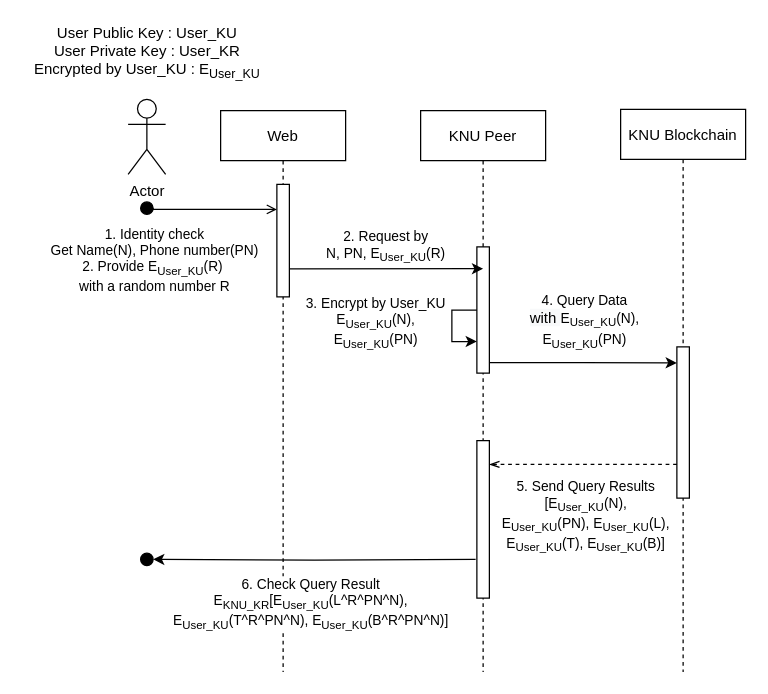
The draw.io diagram page "query" (3 of 4) of SequenceDiagram.drawio in GunhyungKim/TrackingSystem, before the edit. Source tidied: cells renumbered, new cells numbered last; positions are measured from the earlier drawing's top-left corner, leaving out a move shared by most shapes. Both pictures are drawn from the tidied source at 125%, with x=0, y=0 at pixel (21, 21).
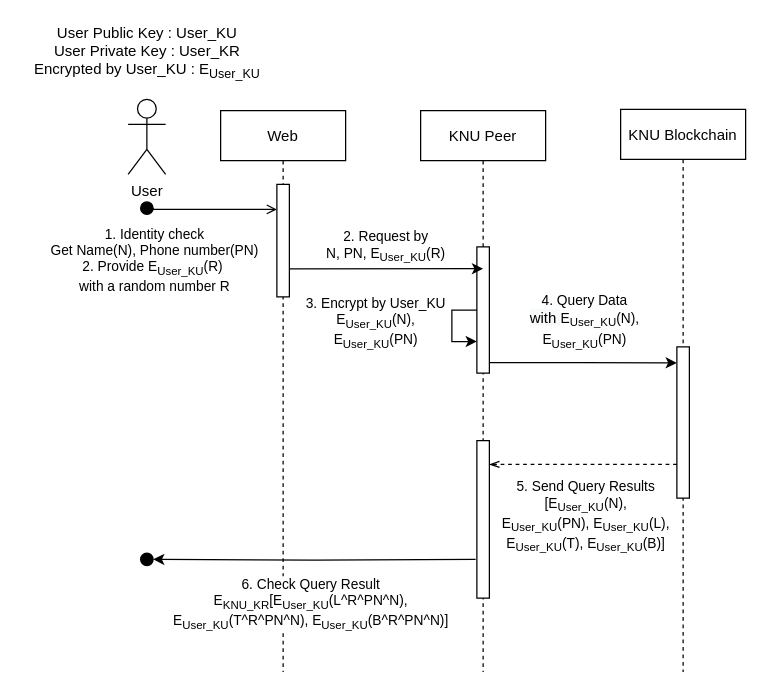
After the change.

The edit, as a diff of the source:
```diff
@@
-    <mxCell id="24" value="Actor" style="shape=umlActor;verticalLabelPosition=bottom;verticalAlign=top;html=1;fillColor=#ffffff;" parent="1" vertex="1">
+    <mxCell id="24" value="User" style="shape=umlActor;verticalLabelPosition=bottom;verticalAlign=top;html=1;fillColor=#ffffff;" parent="1" vertex="1">
       <mxGeometry x="85" y="62" width="30" height="60" as="geometry" />
     </mxCell>
```
